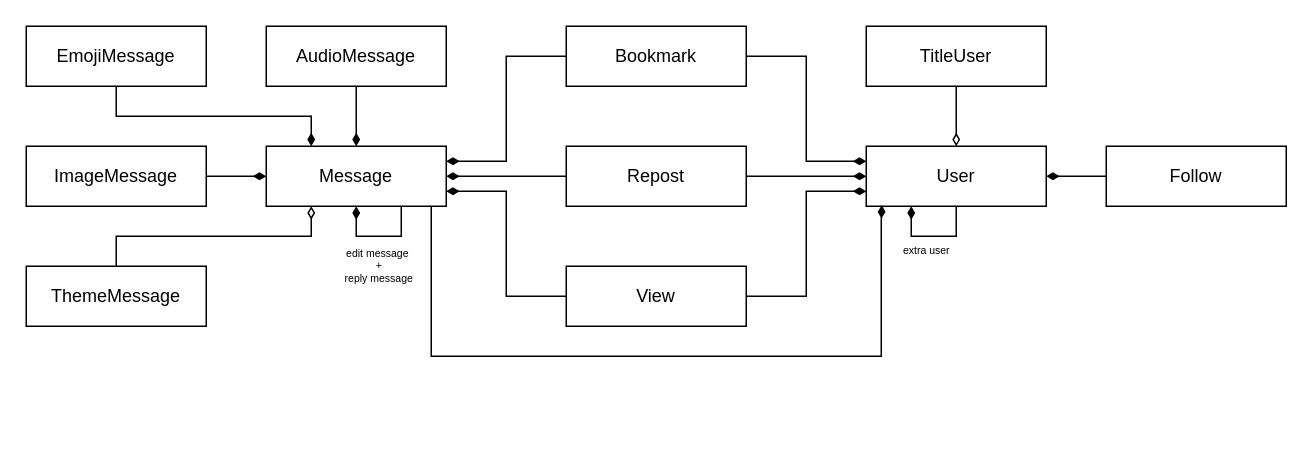
Welderi/CloneTwi keeps this draw.io diagram as apps/sql-server/CloneTwi.drawio. Above is the earlier version. Source tidied: cells renumbered, new cells numbered last; positions are measured from the earlier drawing's top-left corner, leaving out a move shared by most shapes. Both pictures are drawn from the tidied source at 150%, with x=0, y=0 at pixel (26, 26).
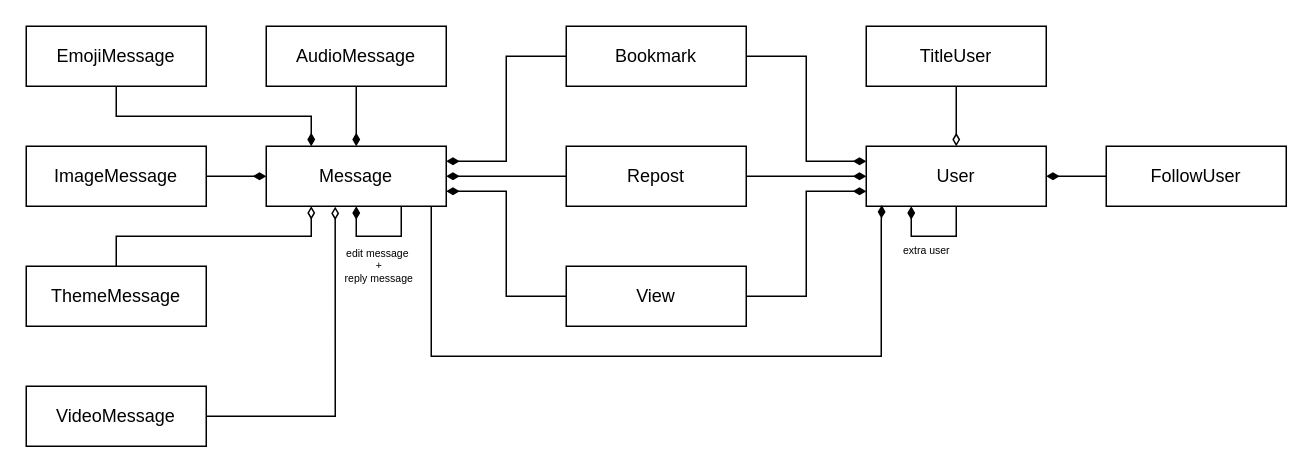
Above is the later version.

The change refers to these unchanged cells:
```xml
<mxCell id="13" value="Message" style="rounded=0;whiteSpace=wrap;html=1;" parent="1" vertex="1">
  <mxGeometry x="160" y="80" width="120" height="40" as="geometry" />
</mxCell>
```

Change to the diagram source:
```diff
@@
-    <mxCell id="17" value="Follow" style="rounded=0;whiteSpace=wrap;html=1;" parent="1" vertex="1">
+    <mxCell id="17" value="FollowUser" style="rounded=0;whiteSpace=wrap;html=1;" parent="1" vertex="1">
       <mxGeometry x="720" y="80" width="120" height="40" as="geometry" />
     </mxCell>
@@
+    <mxCell id="30" value="VideoMessage" style="rounded=0;whiteSpace=wrap;html=1;" parent="1" vertex="1">
+      <mxGeometry y="240" width="120" height="40" as="geometry" />
+    </mxCell>
+    <mxCell id="31" style="edgeStyle=orthogonalEdgeStyle;rounded=0;jettySize=auto;html=1;entryX=0.383;entryY=1.008;entryDx=0;entryDy=0;entryPerimeter=0;endArrow=diamondThin;endFill=0;" parent="1" edge="1" source="30" target="13">
+      <mxGeometry relative="1" as="geometry" />
+    </mxCell>
```
